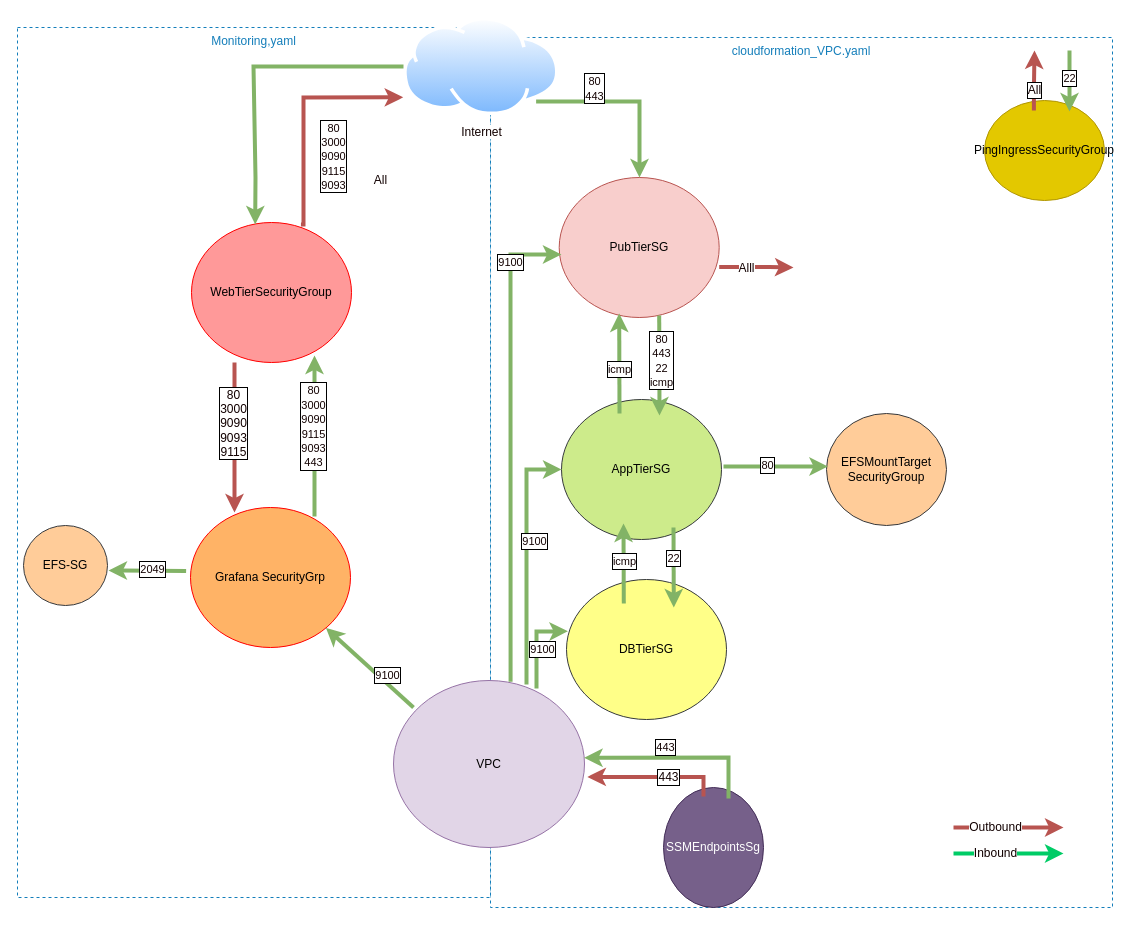
Earlier version of the draw.io diagram aws-iac/AWSInfraSG.drawio (blro-ep/ITCNE23-SEM-I). Source tidied: cells renumbered, new cells numbered last; positions are measured from the earlier drawing's top-left corner, leaving out a move shared by most shapes. Both pictures are drawn from the tidied source at 100%, with x=0, y=0 at pixel (17, 17).
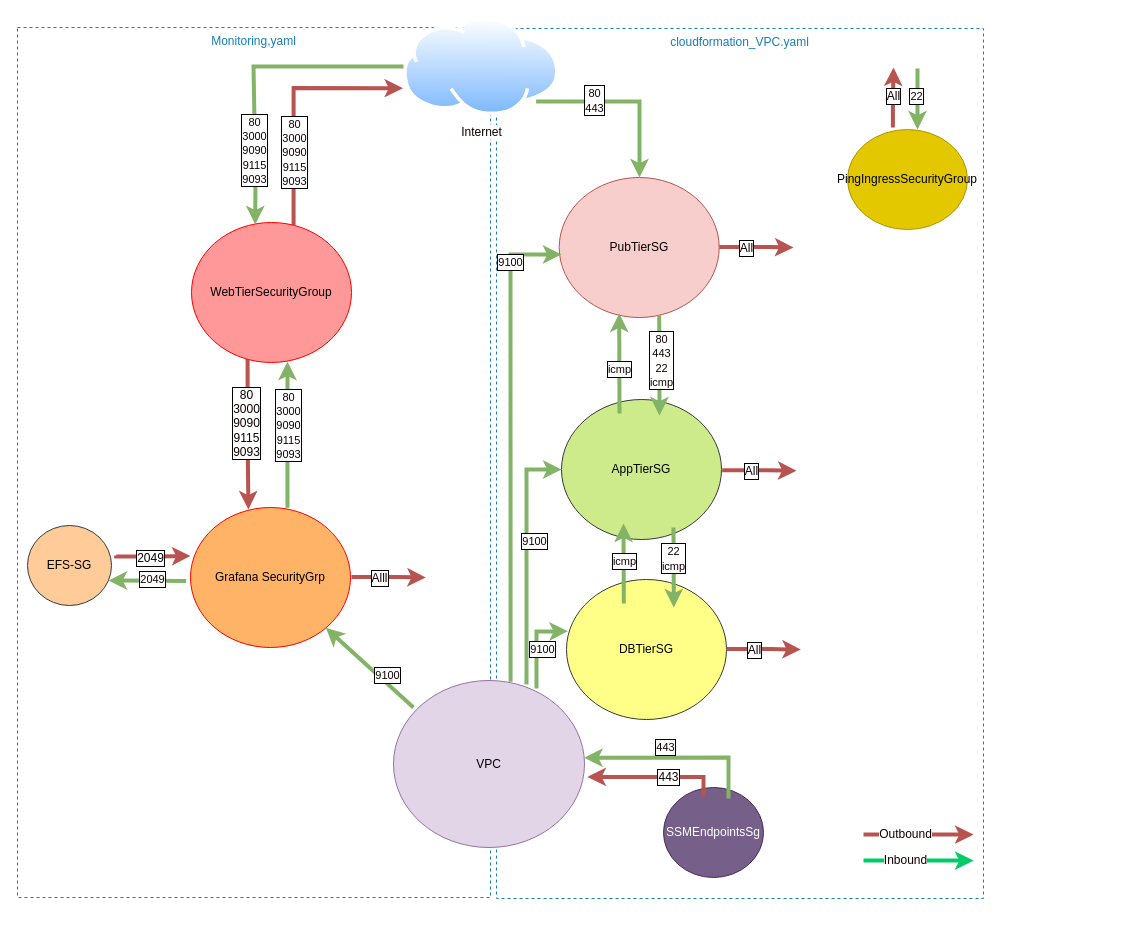
The same page after the edit.

Unchanged cells that the change refers to:
```xml
<mxCell id="8" value="WebTierSecurityGroup" style="ellipse;whiteSpace=wrap;html=1;strokeColor=#FF0000;fillColor=#FF9999;" parent="1" vertex="1">
  <mxGeometry x="174" y="205" width="160" height="140" as="geometry" />
</mxCell>
<mxCell id="9" value="&lt;font color=&quot;#120000&quot;&gt;Internet&lt;/font&gt;" style="perimeter=ellipsePerimeter;html=1;align=center;shadow=0;dashed=0;spacingTop=3;image;image=img/lib/active_directory/internet_cloud.svg;strokeColor=#FF0000;fontColor=#f10404;" parent="1" vertex="1">
  <mxGeometry x="386" width="155.7" height="98.1" as="geometry" />
</mxCell>
<mxCell id="10" value="Grafana SecurityGrp" style="ellipse;whiteSpace=wrap;html=1;strokeColor=#FF0000;fillColor=#FFB366;" parent="1" vertex="1">
  <mxGeometry x="173" y="490" width="160" height="140" as="geometry" />
</mxCell>
<mxCell id="11" style="endArrow=classic;html=1;rounded=0;exitX=0;exitY=0.5;exitDx=0;exitDy=0;strokeColor=#82b366;fillColor=#d5e8d4;strokeWidth=4;entryX=0.398;entryY=0.014;entryDx=0;entryDy=0;entryPerimeter=0;" parent="1" edge="1" source="9" target="8">
  <mxGeometry relative="1" as="geometry">
    <Array as="points">
      <mxPoint x="236" y="49" />
      <mxPoint x="238" y="160" />
    </Array>
  </mxGeometry>
</mxCell>
<mxCell id="21" style="endArrow=classic;html=1;rounded=0;exitX=1;exitY=1;exitDx=0;exitDy=0;strokeColor=#82b366;fillColor=#d5e8d4;strokeWidth=4;" parent="1" edge="1" source="9">
  <mxGeometry relative="1" as="geometry">
    <mxPoint x="622" y="160" as="targetPoint" />
    <Array as="points">
      <mxPoint x="622" y="84" />
    </Array>
  </mxGeometry>
</mxCell>
<mxCell id="49" style="endArrow=classic;html=1;rounded=0;strokeColor=#82b366;fillColor=#d5e8d4;strokeWidth=4;entryX=0.5;entryY=1;entryDx=0;entryDy=0;" parent="1" edge="1">
  <mxGeometry x="1" y="142" relative="1" as="geometry">
    <mxPoint x="656" y="510" as="sourcePoint" />
    <mxPoint x="656.3" y="590" as="targetPoint" />
    <mxPoint x="-138" y="142" as="offset" />
  </mxGeometry>
</mxCell>
```

Diff of the diagram source:
```diff
@@
     <mxCell id="2" value="cloudformation_VPC.yaml" style="strokeColor=#147EBA;dashed=1;verticalAlign=top;fontStyle=0;fontColor=#147EBA;" parent="1" vertex="1">
-      <mxGeometry x="473" y="20" width="622" height="870" as="geometry" />
+      <mxGeometry x="479" y="11" width="487" height="870" as="geometry" />
     </mxCell>
@@
-    <mxCell id="4" style="edgeStyle=orthogonalEdgeStyle;jettySize=auto;html=1;rounded=0;fillColor=#f8cecc;strokeColor=#b85450;strokeWidth=4;entryX=-0.002;entryY=0.814;entryDx=0;entryDy=0;entryPerimeter=0;exitX=0.684;exitY=0.014;exitDx=0;exitDy=0;exitPerimeter=0;" parent="1" edge="1" source="8" target="9">
+    <mxCell id="4" style="edgeStyle=orthogonalEdgeStyle;jettySize=auto;html=1;rounded=0;fillColor=#f8cecc;strokeColor=#b85450;strokeWidth=4;entryX=-0.003;entryY=0.72;entryDx=0;entryDy=0;entryPerimeter=0;exitX=0.638;exitY=0.018;exitDx=0;exitDy=0;exitPerimeter=0;" parent="1" edge="1" source="8" target="9">
       <mxGeometry relative="1" as="geometry">
         <Array as="points">
-          <mxPoint x="286" y="207" />
-          <mxPoint x="286" y="80" />
+          <mxPoint x="276" y="70" />
+          <mxPoint x="385" y="70" />
         </Array>
       </mxGeometry>
     </mxCell>
-    <mxCell id="5" value="All" style="edgeLabel;html=1;align=center;verticalAlign=middle;fontSize=12;fontColor=#120000;" parent="4" vertex="1">
-      <mxGeometry x="-0.23" y="1" relative="1" as="geometry">
-        <mxPoint x="77" y="41" as="offset" />
-      </mxGeometry>
-    </mxCell>
-    <mxCell id="6" style="edgeStyle=orthogonalEdgeStyle;orthogonalLoop=1;jettySize=auto;html=1;rounded=0;fillColor=#f8cecc;strokeColor=#b85450;strokeWidth=4;" parent="1" edge="1">
+    <mxCell id="6" style="edgeStyle=orthogonalEdgeStyle;jettySize=auto;html=1;rounded=0;fillColor=#f8cecc;strokeColor=#b85450;strokeWidth=4;exitX=0.338;exitY=0.975;exitDx=0;exitDy=0;exitPerimeter=0;entryX=0.362;entryY=0.014;entryDx=0;entryDy=0;entryPerimeter=0;" parent="1" edge="1" target="10">
       <mxGeometry relative="1" as="geometry">
-        <mxPoint x="217" y="345" as="sourcePoint" />
-        <mxPoint x="217" y="495" as="targetPoint" />
+        <mxPoint x="230.1" y="341.5" as="sourcePoint" />
+        <Array as="points">
+          <mxPoint x="230" y="418" />
+          <mxPoint x="231" y="418" />
+        </Array>
       </mxGeometry>
     </mxCell>
-    <mxCell id="7" value="80&lt;br&gt;3000&lt;br&gt;9090&lt;br&gt;9093&lt;br&gt;9115" style="edgeLabel;html=1;align=center;verticalAlign=middle;fontSize=12;fontColor=#120000;labelBorderColor=default;" parent="6" vertex="1">
+    <mxCell id="7" value="80&lt;br&gt;3000&lt;br&gt;9090&lt;br&gt;9115&lt;br&gt;9093" style="edgeLabel;html=1;align=center;verticalAlign=middle;fontSize=12;fontColor=#120000;labelBorderColor=default;" parent="6" vertex="1">
       <mxGeometry x="-0.2" y="2" relative="1" as="geometry">
-        <mxPoint x="-4" as="offset" />
+        <mxPoint x="-4" y="4" as="offset" />
       </mxGeometry>
     </mxCell>
@@
     <mxCell id="12" value="&lt;span style=&quot;font-size: 11px;&quot;&gt;80&lt;/span&gt;&lt;br style=&quot;border-color: var(--border-color); font-size: 11px;&quot;&gt;&lt;span style=&quot;font-size: 11px;&quot;&gt;3000&lt;/span&gt;&lt;br style=&quot;border-color: var(--border-color); font-size: 11px;&quot;&gt;&lt;span style=&quot;font-size: 11px;&quot;&gt;9090&lt;/span&gt;&lt;br style=&quot;border-color: var(--border-color); font-size: 11px;&quot;&gt;&lt;span style=&quot;font-size: 11px;&quot;&gt;9115&lt;/span&gt;&lt;br style=&quot;border-color: var(--border-color); font-size: 11px;&quot;&gt;&lt;span style=&quot;font-size: 11px;&quot;&gt;9093&lt;/span&gt;" style="edgeLabel;html=1;align=center;verticalAlign=middle;fontSize=12;fontColor=#120000;labelBorderColor=default;" parent="11" vertex="1">
       <mxGeometry x="0.31" y="2" relative="1" as="geometry">
-        <mxPoint x="77" y="38" as="offset" />
+        <mxPoint x="-2" y="32" as="offset" />
       </mxGeometry>
     </mxCell>
-    <mxCell id="13" style="endArrow=classic;html=1;rounded=0;strokeColor=#82b366;fillColor=#d5e8d4;strokeWidth=4;" parent="1" edge="1">
+    <mxCell id="13" style="endArrow=classic;html=1;rounded=0;strokeColor=#82b366;fillColor=#d5e8d4;strokeWidth=4;exitX=0.606;exitY=0.002;exitDx=0;exitDy=0;exitPerimeter=0;entryX=0.6;entryY=0.994;entryDx=0;entryDy=0;entryPerimeter=0;" parent="1" edge="1" source="10" target="8">
       <mxGeometry relative="1" as="geometry">
-        <mxPoint x="297" y="499" as="sourcePoint" />
-        <mxPoint x="297.1" y="338" as="targetPoint" />
         <Array as="points">
-          <mxPoint x="297" y="499" />
-          <mxPoint x="297" y="338" />
+          <mxPoint x="270" y="348" />
         </Array>
       </mxGeometry>
     </mxCell>
-    <mxCell id="14" value="&lt;span style=&quot;font-size: 11px;&quot;&gt;80&lt;/span&gt;&lt;br style=&quot;border-color: var(--border-color); font-size: 11px;&quot;&gt;&lt;span style=&quot;font-size: 11px;&quot;&gt;3000&lt;/span&gt;&lt;br style=&quot;border-color: var(--border-color); font-size: 11px;&quot;&gt;&lt;span style=&quot;font-size: 11px;&quot;&gt;9090&lt;/span&gt;&lt;br style=&quot;border-color: var(--border-color); font-size: 11px;&quot;&gt;&lt;span style=&quot;font-size: 11px;&quot;&gt;9115&lt;/span&gt;&lt;br style=&quot;border-color: var(--border-color); font-size: 11px;&quot;&gt;&lt;span style=&quot;font-size: 11px;&quot;&gt;9093&lt;br&gt;443&lt;br&gt;&lt;/span&gt;" style="edgeLabel;html=1;align=center;verticalAlign=middle;fontSize=12;fontColor=#120000;labelBorderColor=default;" parent="13" vertex="1">
+    <mxCell id="14" value="&lt;span style=&quot;font-size: 11px;&quot;&gt;80&lt;/span&gt;&lt;br style=&quot;border-color: var(--border-color); font-size: 11px;&quot;&gt;&lt;span style=&quot;font-size: 11px;&quot;&gt;3000&lt;/span&gt;&lt;br style=&quot;border-color: var(--border-color); font-size: 11px;&quot;&gt;&lt;span style=&quot;font-size: 11px;&quot;&gt;9090&lt;/span&gt;&lt;br style=&quot;border-color: var(--border-color); font-size: 11px;&quot;&gt;&lt;span style=&quot;font-size: 11px;&quot;&gt;9115&lt;/span&gt;&lt;br style=&quot;border-color: var(--border-color); font-size: 11px;&quot;&gt;&lt;span style=&quot;font-size: 11px;&quot;&gt;9093&lt;br&gt;&lt;/span&gt;" style="edgeLabel;html=1;align=center;verticalAlign=middle;fontSize=12;fontColor=#120000;labelBorderColor=default;" parent="13" vertex="1">
       <mxGeometry x="0.31" y="2" relative="1" as="geometry">
-        <mxPoint y="15" as="offset" />
+        <mxPoint x="3" y="13" as="offset" />
       </mxGeometry>
     </mxCell>
@@
     <mxCell id="18" style="edgeStyle=orthogonalEdgeStyle;orthogonalLoop=1;jettySize=auto;html=1;rounded=0;fillColor=#f8cecc;strokeColor=#b85450;strokeWidth=4;" parent="1" edge="1">
       <mxGeometry relative="1" as="geometry">
-        <mxPoint x="701.7" y="249.5" as="sourcePoint" />
-        <mxPoint x="776" y="250" as="targetPoint" />
+        <mxPoint x="701.7" y="229.5" as="sourcePoint" />
+        <mxPoint x="776" y="230" as="targetPoint" />
         <Array as="points">
-          <mxPoint x="751.7" y="249.5" />
-          <mxPoint x="751.7" y="249.5" />
+          <mxPoint x="751.7" y="229.5" />
+          <mxPoint x="751.7" y="229.5" />
         </Array>
       </mxGeometry>
     </mxCell>
-    <mxCell id="19" value="Alll" style="edgeLabel;html=1;align=center;verticalAlign=middle;fontSize=12;fontColor=#120000;" parent="18" vertex="1">
+    <mxCell id="19" value="All" style="edgeLabel;html=1;align=center;verticalAlign=middle;fontSize=12;fontColor=#120000;labelBorderColor=default;" parent="18" vertex="1">
       <mxGeometry x="-0.27" y="-1" relative="1" as="geometry" />
     </mxCell>
@@
     <mxCell id="22" value="&lt;span style=&quot;font-size: 11px;&quot;&gt;80&lt;/span&gt;&lt;br style=&quot;border-color: var(--border-color); font-size: 11px;&quot;&gt;&lt;span style=&quot;font-size: 11px;&quot;&gt;443&lt;/span&gt;" style="edgeLabel;html=1;align=center;verticalAlign=middle;fontSize=12;fontColor=#120000;labelBorderColor=default;" parent="21" vertex="1">
       <mxGeometry x="0.31" y="2" relative="1" as="geometry">
-        <mxPoint x="-48" y="-27" as="offset" />
+        <mxPoint x="-48" y="-15" as="offset" />
       </mxGeometry>
     </mxCell>
     <mxCell id="23" value="PingIngressSecurityGroup" style="ellipse;whiteSpace=wrap;html=1;strokeColor=#B09500;fillColor=#e3c800;fontColor=#000000;" parent="1" vertex="1">
-      <mxGeometry x="967" y="83" width="120" height="100" as="geometry" />
+      <mxGeometry x="830" y="112" width="120" height="100" as="geometry" />
     </mxCell>
     <mxCell id="24" style="edgeStyle=orthogonalEdgeStyle;orthogonalLoop=1;jettySize=auto;html=1;rounded=0;fillColor=#f8cecc;strokeColor=#b85450;strokeWidth=4;labelBorderColor=default;" parent="1" edge="1">
       <mxGeometry relative="1" as="geometry">
-        <mxPoint x="1016.4" y="93" as="sourcePoint" />
-        <mxPoint x="1017" y="33" as="targetPoint" />
+        <mxPoint x="875.4" y="110" as="sourcePoint" />
+        <mxPoint x="876" y="50" as="targetPoint" />
         <Array as="points">
-          <mxPoint x="1016" y="73" />
-          <mxPoint x="1017" y="73" />
+          <mxPoint x="875" y="90" />
+          <mxPoint x="876" y="90" />
         </Array>
       </mxGeometry>
     </mxCell>
     <mxCell id="25" value="All" style="edgeLabel;html=1;align=center;verticalAlign=middle;fontSize=12;fontColor=#120000;labelBorderColor=default;" parent="24" vertex="1">
       <mxGeometry x="-0.23" y="1" relative="1" as="geometry">
-        <mxPoint x="1" y="3" as="offset" />
+        <mxPoint x="1" y="-8" as="offset" />
       </mxGeometry>
     </mxCell>
     <mxCell id="26" style="endArrow=classic;html=1;rounded=0;strokeColor=#82b366;fillColor=#d5e8d4;strokeWidth=4;" parent="1" edge="1">
       <mxGeometry relative="1" as="geometry">
-        <mxPoint x="1052" y="33" as="sourcePoint" />
-        <mxPoint x="1052" y="94" as="targetPoint" />
+        <mxPoint x="900" y="51" as="sourcePoint" />
+        <mxPoint x="900" y="112" as="targetPoint" />
         <Array as="points">
-          <mxPoint x="1052" y="94" />
+          <mxPoint x="900" y="112" />
         </Array>
       </mxGeometry>
     </mxCell>
     <mxCell id="27" value="&lt;span style=&quot;font-size: 11px;&quot;&gt;22&lt;/span&gt;" style="edgeLabel;html=1;align=center;verticalAlign=middle;fontSize=12;fontColor=#120000;labelBorderColor=default;" parent="26" vertex="1">
       <mxGeometry x="0.31" y="2" relative="1" as="geometry">
-        <mxPoint x="-3" y="-13" as="offset" />
+        <mxPoint x="-4" y="-13" as="offset" />
       </mxGeometry>
     </mxCell>
     <mxCell id="28" value="SSMEndpointsSg" style="ellipse;whiteSpace=wrap;html=1;strokeColor=#432D57;fillColor=#76608a;direction=south;fontColor=#ffffff;" parent="1" vertex="1">
-      <mxGeometry x="646" y="770" width="100" height="120" as="geometry" />
+      <mxGeometry x="646" y="770" width="100" height="90" as="geometry" />
     </mxCell>
@@
     <mxCell id="38" style="edgeStyle=orthogonalEdgeStyle;orthogonalLoop=1;jettySize=auto;html=1;rounded=0;fillColor=#f8cecc;strokeColor=#b85450;strokeWidth=4;" parent="1" edge="1">
       <mxGeometry relative="1" as="geometry">
-        <mxPoint x="936" y="810" as="sourcePoint" />
-        <mxPoint x="1046" y="810" as="targetPoint" />
+        <mxPoint x="846" y="817.1" as="sourcePoint" />
+        <mxPoint x="956" y="817.1" as="targetPoint" />
         <Array as="points">
-          <mxPoint x="986" y="810" />
-          <mxPoint x="986" y="810" />
+          <mxPoint x="896" y="817.1" />
+          <mxPoint x="896" y="817.1" />
         </Array>
       </mxGeometry>
     </mxCell>
@@
     <mxCell id="40" style="edgeStyle=orthogonalEdgeStyle;orthogonalLoop=1;jettySize=auto;html=1;rounded=0;fillColor=#f8cecc;strokeColor=#00CC66;strokeWidth=4;" parent="1" edge="1">
       <mxGeometry relative="1" as="geometry">
-        <mxPoint x="936" y="836" as="sourcePoint" />
-        <mxPoint x="1046" y="836" as="targetPoint" />
+        <mxPoint x="846" y="843.1" as="sourcePoint" />
+        <mxPoint x="956" y="843.1" as="targetPoint" />
         <Array as="points">
-          <mxPoint x="966" y="836" />
-          <mxPoint x="966" y="836" />
+          <mxPoint x="876" y="843.1" />
+          <mxPoint x="876" y="843.1" />
         </Array>
       </mxGeometry>
     </mxCell>
@@
-    <mxCell id="50" value="&lt;span style=&quot;font-size: 11px;&quot;&gt;22&lt;br&gt;&lt;/span&gt;" style="edgeLabel;html=1;align=center;verticalAlign=middle;fontSize=12;fontColor=#120000;labelBorderColor=default;" parent="49" vertex="1">
+    <mxCell id="50" value="&lt;span style=&quot;font-size: 11px;&quot;&gt;22&lt;br&gt;icmp&lt;br&gt;&lt;/span&gt;" style="edgeLabel;html=1;align=center;verticalAlign=middle;fontSize=12;fontColor=#120000;labelBorderColor=default;" parent="49" vertex="1">
       <mxGeometry x="0.31" y="2" relative="1" as="geometry">
         <mxPoint x="-3" y="-21" as="offset" />
       </mxGeometry>
     </mxCell>
@@
-    <mxCell id="53" value="EFSMountTarget&lt;br&gt;SecurityGroup" style="ellipse;whiteSpace=wrap;html=1;strokeColor=#36393d;fillColor=#ffcc99;" parent="1" vertex="1">
-      <mxGeometry x="809" y="396" width="120" height="112" as="geometry" />
-    </mxCell>
-    <mxCell id="54" style="endArrow=classic;html=1;rounded=0;strokeColor=#82b366;fillColor=#d5e8d4;strokeWidth=4;" parent="1" edge="1">
-      <mxGeometry x="0.94" y="100" relative="1" as="geometry">
-        <mxPoint x="706" y="449" as="sourcePoint" />
-        <mxPoint x="810" y="449" as="targetPoint" />
-        <Array as="points">
-          <mxPoint x="810.4" y="449" />
-        </Array>
-      </mxGeometry>
-    </mxCell>
-    <mxCell id="55" value="&lt;span style=&quot;font-size: 11px;&quot;&gt;80&lt;br&gt;&lt;/span&gt;" style="edgeLabel;html=1;align=center;verticalAlign=middle;fontSize=12;fontColor=#120000;labelBorderColor=default;" parent="54" vertex="1">
-      <mxGeometry x="0.31" y="2" relative="1" as="geometry">
-        <mxPoint x="-26" as="offset" />
-      </mxGeometry>
-    </mxCell>
     <mxCell id="56" value="EFS-SG" style="ellipse;whiteSpace=wrap;html=1;strokeColor=#36393d;fillColor=#ffcc99;" parent="1" vertex="1">
-      <mxGeometry x="6" y="508" width="84" height="80" as="geometry" />
+      <mxGeometry x="10" y="508" width="84" height="80" as="geometry" />
     </mxCell>
     <mxCell id="57" style="endArrow=classic;html=1;rounded=0;strokeColor=#82b366;fillColor=#d5e8d4;strokeWidth=4;" parent="1" edge="1">
       <mxGeometry x="0.94" y="100" relative="1" as="geometry">
-        <mxPoint x="168.6" y="553.4" as="sourcePoint" />
-        <mxPoint x="91" y="553" as="targetPoint" />
+        <mxPoint x="168.6" y="563.4" as="sourcePoint" />
+        <mxPoint x="91" y="563" as="targetPoint" />
         <Array as="points">
-          <mxPoint x="169" y="553.4" />
+          <mxPoint x="169" y="563.4" />
         </Array>
       </mxGeometry>
     </mxCell>
@@
+    <mxCell id="59" style="edgeStyle=orthogonalEdgeStyle;orthogonalLoop=1;jettySize=auto;html=1;rounded=0;fillColor=#f8cecc;strokeColor=#b85450;strokeWidth=4;" parent="1" edge="1">
+      <mxGeometry x="0.19" y="-230" relative="1" as="geometry">
+        <mxPoint x="704.7" y="452.8" as="sourcePoint" />
+        <mxPoint x="779" y="453.2" as="targetPoint" />
+        <Array as="points">
+          <mxPoint x="749" y="453.2" />
+          <mxPoint x="749" y="453.2" />
+        </Array>
+        <mxPoint y="1" as="offset" />
+      </mxGeometry>
+    </mxCell>
+    <mxCell id="60" value="All" style="edgeLabel;html=1;align=center;verticalAlign=middle;fontSize=12;fontColor=#120000;labelBorderColor=default;" parent="59" vertex="1">
+      <mxGeometry x="-0.27" y="-1" relative="1" as="geometry">
+        <mxPoint x="2" as="offset" />
+      </mxGeometry>
+    </mxCell>
+    <mxCell id="61" style="edgeStyle=orthogonalEdgeStyle;orthogonalLoop=1;jettySize=auto;html=1;rounded=0;fillColor=#f8cecc;strokeColor=#b85450;strokeWidth=4;" parent="1" edge="1">
+      <mxGeometry x="0.19" y="-230" relative="1" as="geometry">
+        <mxPoint x="709" y="631.6" as="sourcePoint" />
+        <mxPoint x="783.3" y="632.1" as="targetPoint" />
+        <Array as="points">
+          <mxPoint x="753.3" y="632.1" />
+          <mxPoint x="753.3" y="632.1" />
+        </Array>
+        <mxPoint y="1" as="offset" />
+      </mxGeometry>
+    </mxCell>
+    <mxCell id="62" value="All" style="edgeLabel;html=1;align=center;verticalAlign=middle;fontSize=12;fontColor=#120000;labelBorderColor=default;" parent="61" vertex="1">
+      <mxGeometry x="-0.27" y="-1" relative="1" as="geometry" />
+    </mxCell>
+    <mxCell id="63" style="edgeStyle=orthogonalEdgeStyle;orthogonalLoop=1;jettySize=auto;html=1;rounded=0;fillColor=#f8cecc;strokeColor=#b85450;strokeWidth=4;" parent="1" edge="1">
+      <mxGeometry x="0.19" y="-230" relative="1" as="geometry">
+        <mxPoint x="98.7" y="538" as="sourcePoint" />
+        <mxPoint x="173" y="538.5" as="targetPoint" />
+        <Array as="points">
+          <mxPoint x="99" y="539" />
+          <mxPoint x="126" y="539" />
+        </Array>
+        <mxPoint y="1" as="offset" />
+      </mxGeometry>
+    </mxCell>
+    <mxCell id="64" value="2049" style="edgeLabel;html=1;align=center;verticalAlign=middle;fontSize=12;fontColor=#120000;labelBorderColor=default;" parent="63" vertex="1">
+      <mxGeometry x="-0.27" y="-1" relative="1" as="geometry">
+        <mxPoint x="8" as="offset" />
+      </mxGeometry>
+    </mxCell>
+    <mxCell id="65" style="edgeStyle=orthogonalEdgeStyle;orthogonalLoop=1;jettySize=auto;html=1;rounded=0;fillColor=#f8cecc;strokeColor=#b85450;strokeWidth=4;" parent="1" edge="1">
+      <mxGeometry x="0.19" y="-230" relative="1" as="geometry">
+        <mxPoint x="334" y="559.5" as="sourcePoint" />
+        <mxPoint x="408.3" y="560" as="targetPoint" />
+        <Array as="points">
+          <mxPoint x="378.3" y="560" />
+          <mxPoint x="378.3" y="560" />
+        </Array>
+        <mxPoint y="1" as="offset" />
+      </mxGeometry>
+    </mxCell>
+    <mxCell id="66" value="Alll" style="edgeLabel;html=1;align=center;verticalAlign=middle;fontSize=12;fontColor=#120000;labelBorderColor=default;" parent="65" vertex="1">
+      <mxGeometry x="-0.27" y="-1" relative="1" as="geometry" />
+    </mxCell>
+    <mxCell id="67" value="&lt;span style=&quot;font-size: 11px;&quot;&gt;80&lt;/span&gt;&lt;br style=&quot;border-color: var(--border-color); font-size: 11px;&quot;&gt;&lt;span style=&quot;font-size: 11px;&quot;&gt;3000&lt;/span&gt;&lt;br style=&quot;border-color: var(--border-color); font-size: 11px;&quot;&gt;&lt;span style=&quot;font-size: 11px;&quot;&gt;9090&lt;/span&gt;&lt;br style=&quot;border-color: var(--border-color); font-size: 11px;&quot;&gt;&lt;span style=&quot;font-size: 11px;&quot;&gt;9115&lt;/span&gt;&lt;br style=&quot;border-color: var(--border-color); font-size: 11px;&quot;&gt;&lt;span style=&quot;font-size: 11px;&quot;&gt;9093&lt;/span&gt;" style="edgeLabel;html=1;align=center;verticalAlign=middle;fontSize=12;fontColor=#120000;labelBorderColor=default;" parent="1" vertex="1">
+      <mxGeometry x="276" y="134" as="geometry" />
+    </mxCell>
```
